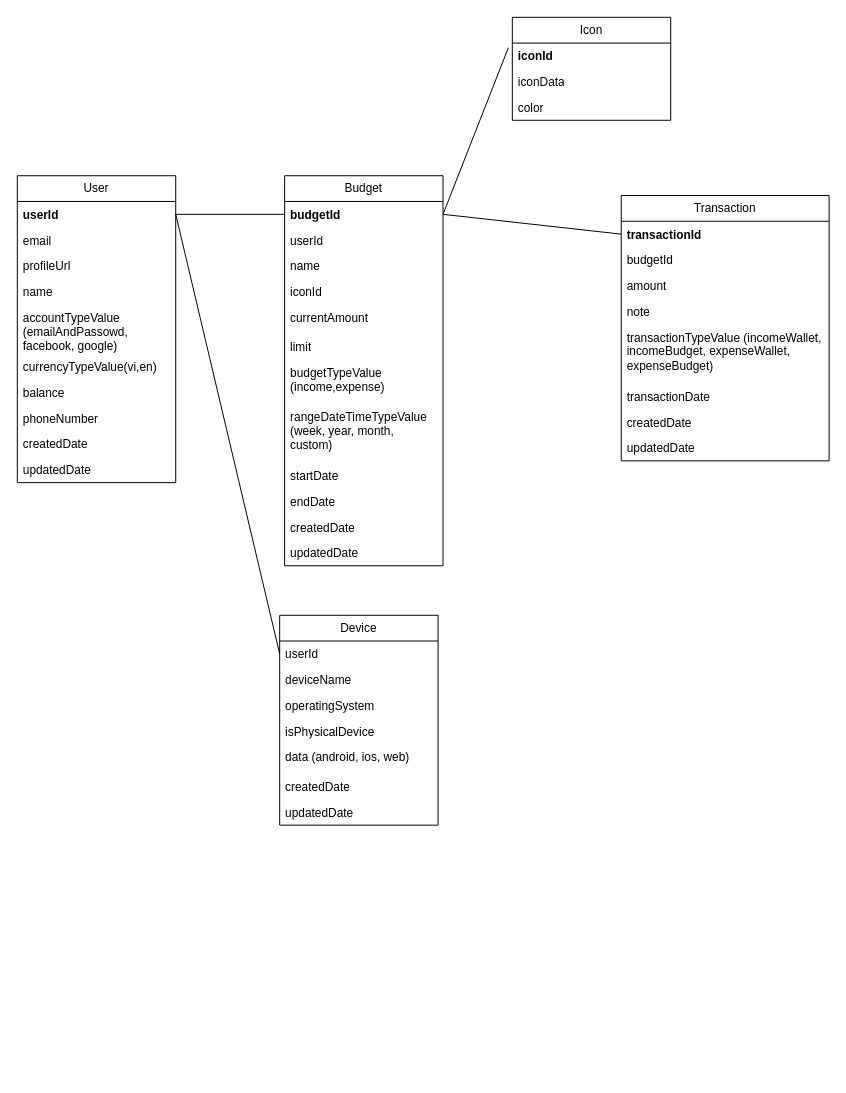
Earlier version of the draw.io diagram structure.drawio (Nguyen-Loi/budge_app). Source tidied: cells renumbered, new cells numbered last; positions are measured from the earlier drawing's top-left corner, leaving out a move shared by most shapes. Both pictures are drawn from the tidied source at 99%, with x=0, y=0 at pixel (17, 17).
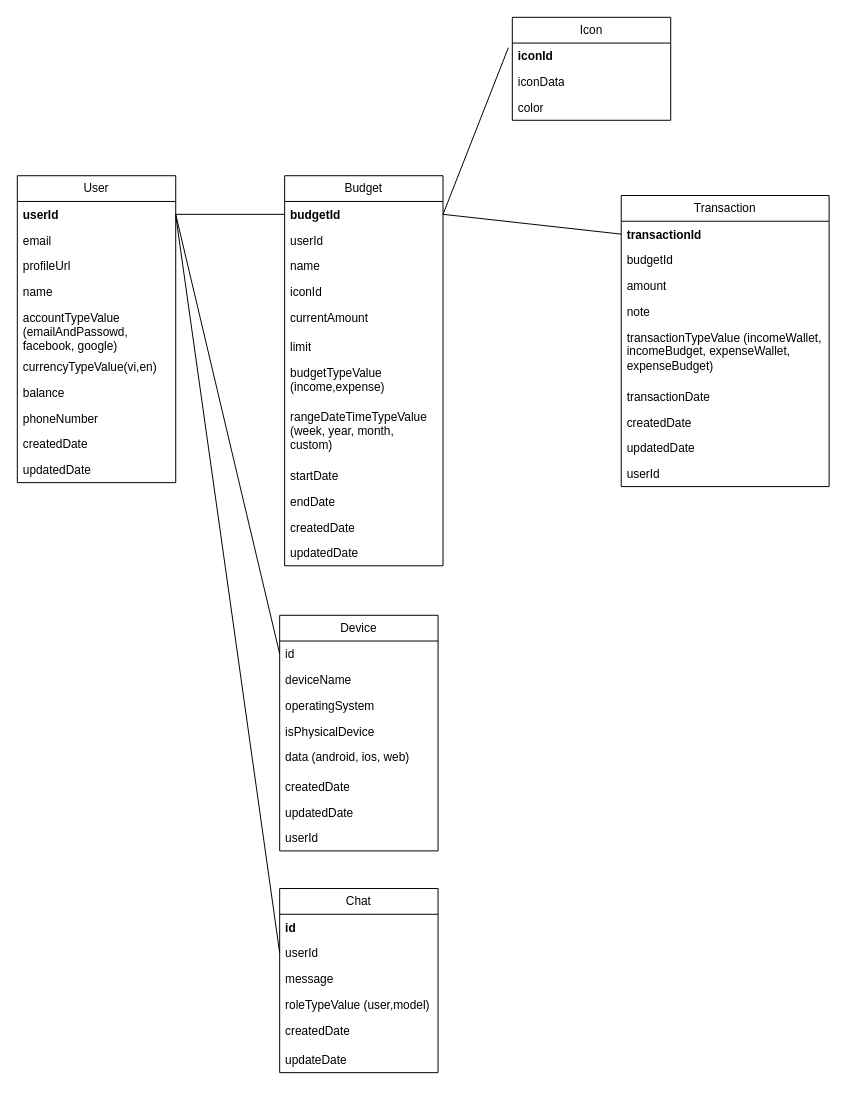
The same page after the edit.

Diff of the diagram source:
```diff
@@
     <mxCell id="26" value="Transaction" style="swimlane;fontStyle=0;horizontal=1;startSize=26;fillColor=none;whiteSpace=wrap;html=1;" parent="1" vertex="1">
-      <mxGeometry x="610" y="180" width="210" height="268" as="geometry" />
+      <mxGeometry x="610" y="180" width="210" height="294" as="geometry" />
     </mxCell>
@@
+    <mxCell id="51" value="userId" style="text;strokeColor=none;fillColor=none;align=left;verticalAlign=top;spacingLeft=4;spacingRight=4;overflow=hidden;whiteSpace=wrap;html=1;" parent="26" vertex="1">
+      <mxGeometry y="268" width="210" height="26" as="geometry" />
+    </mxCell>
     <mxCell id="35" value="Device" style="swimlane;fontStyle=0;horizontal=1;startSize=26;fillColor=none;whiteSpace=wrap;html=1;" parent="1" vertex="1">
-      <mxGeometry x="265" y="604" width="160" height="212" as="geometry" />
+      <mxGeometry x="265" y="604" width="160" height="238" as="geometry" />
     </mxCell>
-    <mxCell id="36" value="userId" style="text;strokeColor=none;fillColor=none;align=left;verticalAlign=top;spacingLeft=4;spacingRight=4;overflow=hidden;points=[[0,0.5],[1,0.5]];portConstraint=eastwest;whiteSpace=wrap;html=1;fontStyle=0;" parent="35" vertex="1">
+    <mxCell id="36" value="id" style="text;strokeColor=none;fillColor=none;align=left;verticalAlign=top;spacingLeft=4;spacingRight=4;overflow=hidden;points=[[0,0.5],[1,0.5]];portConstraint=eastwest;whiteSpace=wrap;html=1;fontStyle=0;" parent="35" vertex="1">
       <mxGeometry y="26" width="160" height="26" as="geometry" />
     </mxCell>
@@
+    <mxCell id="52" value="userId" style="text;strokeColor=none;fillColor=none;align=left;verticalAlign=top;spacingLeft=4;spacingRight=4;overflow=hidden;whiteSpace=wrap;html=1;fontStyle=0;" parent="35" vertex="1">
+      <mxGeometry y="212" width="160" height="26" as="geometry" />
+    </mxCell>
@@
+    <mxCell id="53" value="Chat" style="swimlane;fontStyle=0;horizontal=1;startSize=26;fillColor=none;whiteSpace=wrap;html=1;" parent="1" vertex="1">
+      <mxGeometry x="265" y="880" width="160" height="186" as="geometry" />
+    </mxCell>
+    <mxCell id="54" value="id" style="text;strokeColor=none;fillColor=none;align=left;verticalAlign=top;spacingLeft=4;spacingRight=4;overflow=hidden;whiteSpace=wrap;html=1;fontStyle=1;" parent="53" vertex="1">
+      <mxGeometry y="26" width="160" height="26" as="geometry" />
+    </mxCell>
+    <mxCell id="55" value="userId" style="text;strokeColor=none;fillColor=none;align=left;verticalAlign=top;spacingLeft=4;spacingRight=4;overflow=hidden;points=[[0,0.5],[1,0.5]];portConstraint=eastwest;whiteSpace=wrap;html=1;" parent="53" vertex="1">
+      <mxGeometry y="52" width="160" height="26" as="geometry" />
+    </mxCell>
+    <mxCell id="56" value="message" style="text;strokeColor=none;fillColor=none;align=left;verticalAlign=top;spacingLeft=4;spacingRight=4;overflow=hidden;whiteSpace=wrap;html=1;" parent="53" vertex="1">
+      <mxGeometry y="78" width="160" height="26" as="geometry" />
+    </mxCell>
+    <mxCell id="57" value="roleTypeValue (user,model)" style="text;strokeColor=none;fillColor=none;align=left;verticalAlign=top;spacingLeft=4;spacingRight=4;overflow=hidden;whiteSpace=wrap;html=1;" parent="53" vertex="1">
+      <mxGeometry y="104" width="160" height="26" as="geometry" />
+    </mxCell>
+    <mxCell id="58" value="createdDate" style="text;strokeColor=none;fillColor=none;align=left;verticalAlign=top;spacingLeft=4;spacingRight=4;overflow=hidden;whiteSpace=wrap;html=1;" parent="53" vertex="1">
+      <mxGeometry y="130" width="160" height="30" as="geometry" />
+    </mxCell>
+    <mxCell id="59" value="updateDate" style="text;strokeColor=none;fillColor=none;align=left;verticalAlign=top;spacingLeft=4;spacingRight=4;overflow=hidden;whiteSpace=wrap;html=1;" parent="53" vertex="1">
+      <mxGeometry y="160" width="160" height="26" as="geometry" />
+    </mxCell>
+    <mxCell id="60" style="endArrow=none;html=1;rounded=0;entryX=0;entryY=0.5;entryDx=0;entryDy=0;exitX=1;exitY=0.5;exitDx=0;exitDy=0;" parent="1" edge="1" target="55">
+      <mxGeometry relative="1" as="geometry">
+        <mxPoint x="160" y="200" as="sourcePoint" />
+      </mxGeometry>
+    </mxCell>
```
